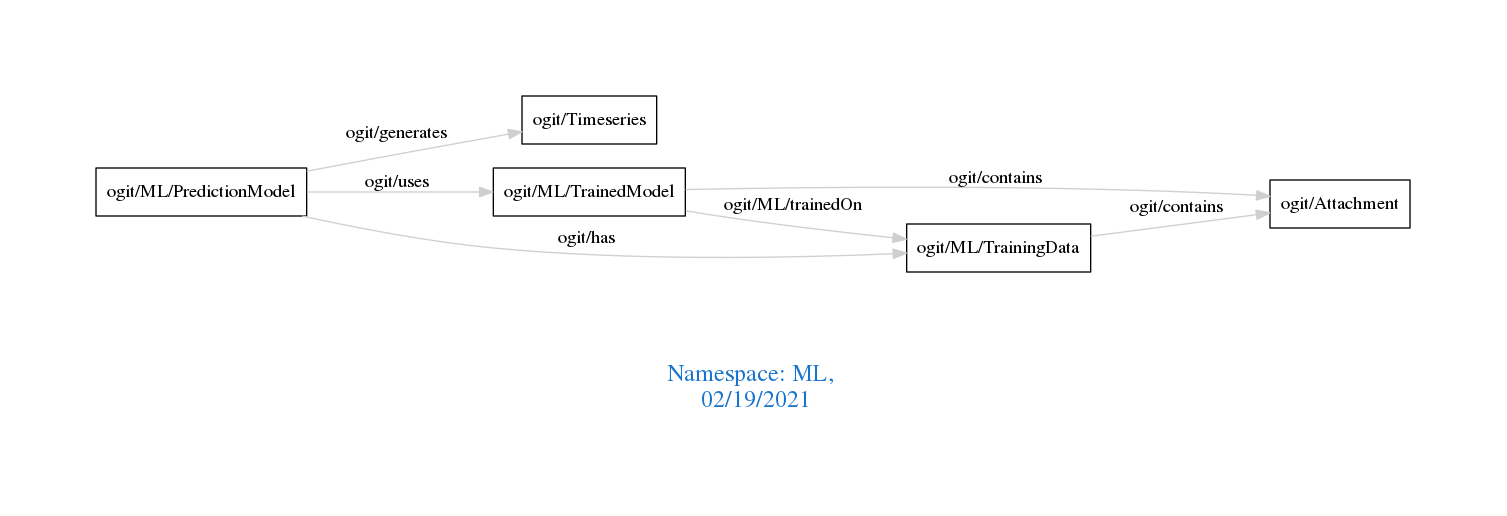
The Graphviz diagram downloads/ML.png in arago/OGIT, before a commit. Its source is kept beside it as downloads/ML.dot.
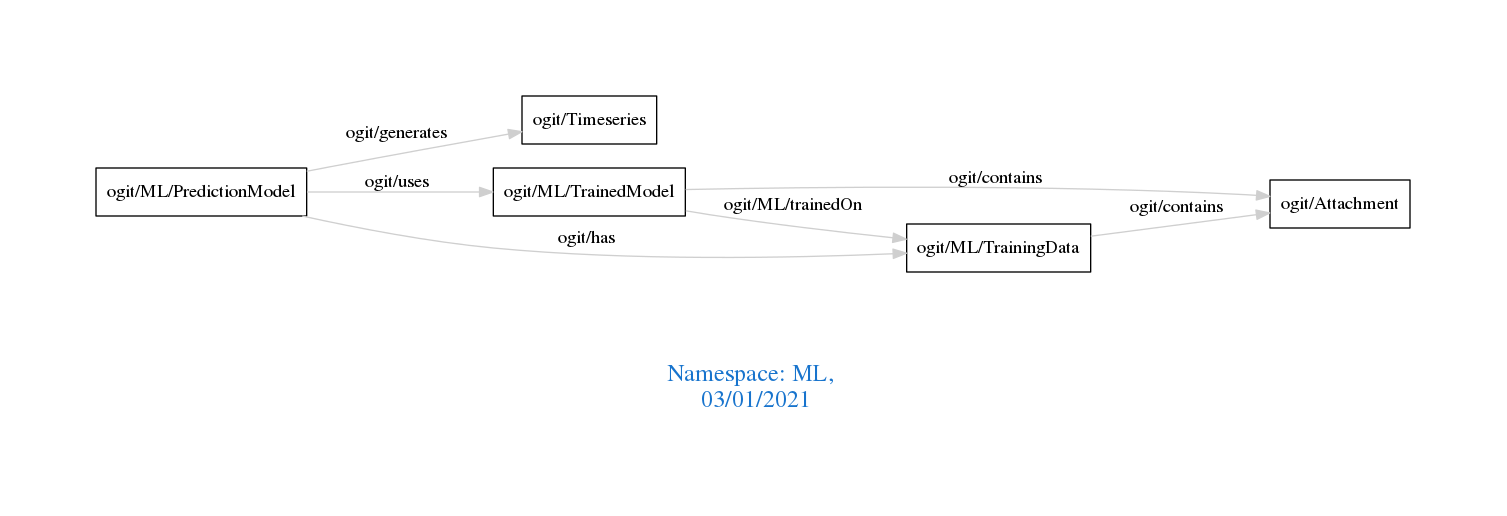
Above is the later version.

Change to the diagram source:
```diff
@@ -1,7 +1,7 @@
 digraph OGIT_ontology {
  graph [ rankdir= LR,pad=1
 fontsize = 18,
-fontcolor= dodgerblue3,label = "\n\n\nNamespace: ML, \n 02/19/2021"];
+fontcolor= dodgerblue3,label = "\n\n\nNamespace: ML, \n 03/01/2021"];
 node[shape=polygon];
 edge [  color="gray81"];
 
```
